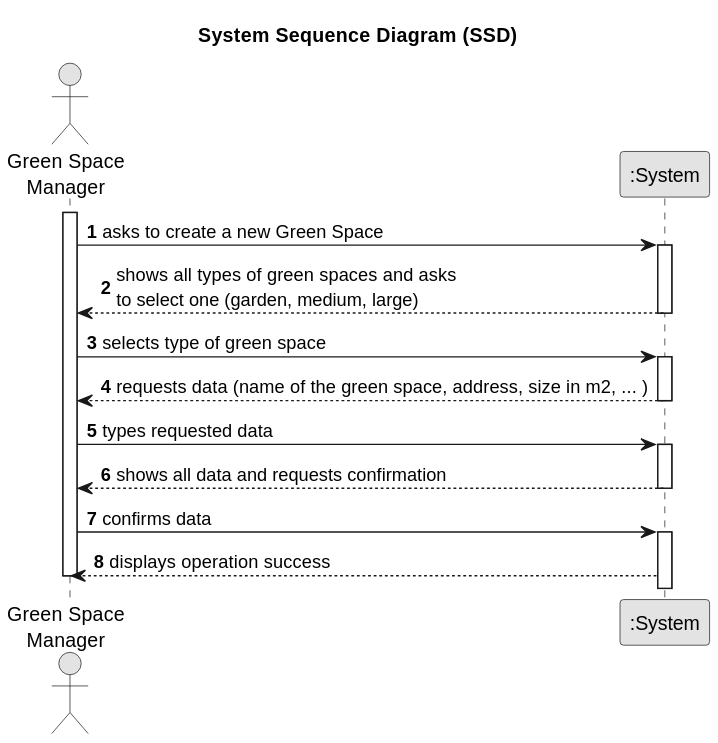
Before: docs/SprintC/us020/01.requirements-engineering/svg/us020-system-sequence-diagram.svg, a diagram exported from PlantUML (Rui-San/LAPR2_2023_2024).
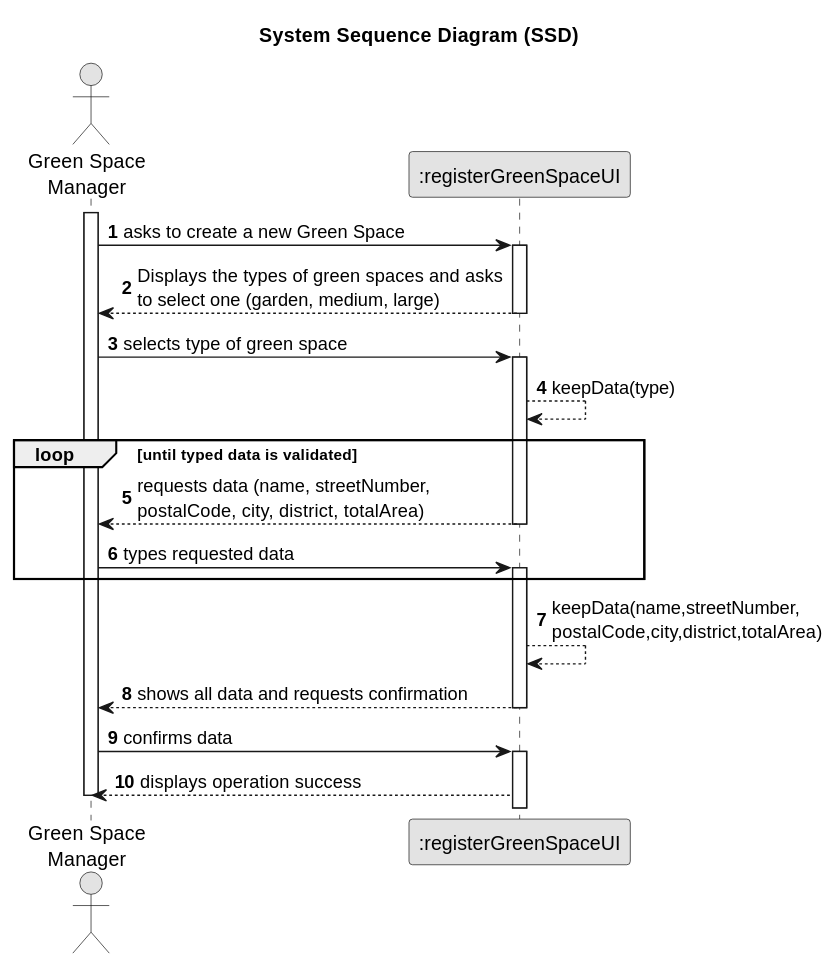
Later version of the same file.

Change to the diagram source:
```diff
@@ -8,31 +8,33 @@
 autonumber
 
 actor "Green Space\nManager" as GSM
-participant ":System" as System
+participant ":registerGreenSpaceUI" as UI
 
 activate GSM
 
-    GSM -> System : asks to create a new Green Space
-    activate System
+    GSM -> UI : asks to create a new Green Space
+    activate UI
 
-        System --> GSM : shows all types of green spaces and asks\nto select one (garden, medium, large)
-    deactivate System
+        UI --> GSM : Displays the types of green spaces and asks\nto select one (garden, medium, large)
+    deactivate UI
 
-    GSM -> System : selects type of green space
-    activate System
+    GSM -> UI : selects type of green space
+    activate UI
+        UI --> UI : keepData(type)
+loop until typed data is validated
+        UI --> GSM : requests data (name, streetNumber,\npostalCode, city, district, totalArea)
+    deactivate UI
 
-        System --> GSM : requests data (name of the green space, address, size in m2, ... )
-    deactivate System
+    GSM -> UI : types requested data
+    activate UI
+end loop
+        UI --> UI : keepData(name,streetNumber,\npostalCode,city,district,totalArea)
+        UI --> GSM : shows all data and requests confirmation
+    deactivate UI
 
-    GSM -> System : types requested data
-    activate System
+    GSM -> UI : confirms data
+    activate UI
 
-        System --> GSM : shows all data and requests confirmation
-    deactivate System
-
-    GSM -> System : confirms data
-    activate System
-
-        System --> GSM : displays operation success
+        UI --> GSM : displays operation success
     deactivate GSM
 @enduml
```
